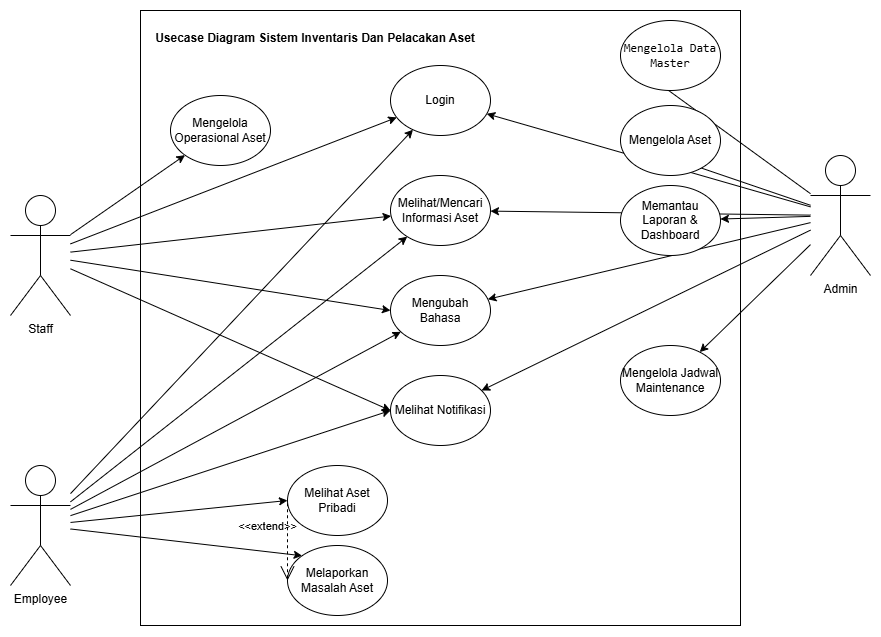
Rizz404/SKRIPSI_V2 keeps this draw.io diagram as Diagram/usecase-skripsi-fixed.drawio.png. Above is the earlier version. Source tidied: cells renumbered, new cells last; positions are measured from the earlier drawing's top-left corner, leaving out a move shared by most shapes. Source of this version:
```xml
<mxGraphModel>
  <root>
    <mxCell id="0" />
    <mxCell id="1" parent="0" />
    <mxCell id="2" style="rounded=0;whiteSpace=wrap;html=1;" parent="1" vertex="1">
      <mxGeometry x="130" width="600" height="615" as="geometry" />
    </mxCell>
    <mxCell id="3" style="rounded=0;jettySize=auto;html=1;" parent="1" edge="1" source="11" target="24">
      <mxGeometry relative="1" as="geometry" />
    </mxCell>
    <mxCell id="4" style="edgeStyle=none;shape=connector;rounded=0;jettySize=auto;html=1;strokeColor=default;align=center;verticalAlign=middle;fontFamily=Helvetica;fontSize=11;fontColor=default;labelBackgroundColor=default;endArrow=classic;" parent="1" edge="1" source="11" target="27">
      <mxGeometry relative="1" as="geometry" />
    </mxCell>
    <mxCell id="5" style="edgeStyle=none;shape=connector;rounded=0;jettySize=auto;html=1;strokeColor=default;align=center;verticalAlign=middle;fontFamily=Helvetica;fontSize=11;fontColor=default;labelBackgroundColor=default;endArrow=classic;" parent="1" edge="1" source="11" target="25">
      <mxGeometry relative="1" as="geometry" />
    </mxCell>
    <mxCell id="6" style="edgeStyle=none;shape=connector;rounded=0;jettySize=auto;html=1;strokeColor=default;align=center;verticalAlign=middle;fontFamily=Helvetica;fontSize=11;fontColor=default;labelBackgroundColor=default;endArrow=classic;" parent="1" edge="1" source="11" target="26">
      <mxGeometry relative="1" as="geometry" />
    </mxCell>
    <mxCell id="7" style="edgeStyle=none;shape=connector;rounded=0;jettySize=auto;html=1;strokeColor=default;align=center;verticalAlign=middle;fontFamily=Helvetica;fontSize=11;fontColor=default;labelBackgroundColor=default;endArrow=classic;entryX=0;entryY=0.5;entryDx=0;entryDy=0;" parent="1" edge="1" source="11" target="29">
      <mxGeometry relative="1" as="geometry" />
    </mxCell>
    <mxCell id="8" style="edgeStyle=none;shape=connector;rounded=0;jettySize=auto;html=1;entryX=0;entryY=0.5;entryDx=0;entryDy=0;strokeColor=default;align=center;verticalAlign=middle;fontFamily=Helvetica;fontSize=11;fontColor=default;labelBackgroundColor=default;endArrow=classic;" parent="1" edge="1" source="11" target="30">
      <mxGeometry relative="1" as="geometry" />
    </mxCell>
    <mxCell id="9" style="edgeStyle=none;shape=connector;rounded=0;jettySize=auto;html=1;strokeColor=default;align=center;verticalAlign=middle;fontFamily=Helvetica;fontSize=11;fontColor=default;labelBackgroundColor=default;endArrow=classic;" parent="1" edge="1" source="11" target="28">
      <mxGeometry relative="1" as="geometry" />
    </mxCell>
    <mxCell id="10" style="edgeStyle=none;shape=connector;rounded=0;jettySize=auto;html=1;strokeColor=default;align=center;verticalAlign=middle;fontFamily=Helvetica;fontSize=11;fontColor=default;labelBackgroundColor=default;endArrow=classic;" parent="1" edge="1" source="11" target="31">
      <mxGeometry relative="1" as="geometry" />
    </mxCell>
    <mxCell id="11" value="Admin" style="shape=umlActor;verticalLabelPosition=bottom;verticalAlign=top;html=1;" parent="1" vertex="1">
      <mxGeometry x="800" y="145" width="60" height="120" as="geometry" />
    </mxCell>
    <mxCell id="12" style="edgeStyle=none;shape=connector;rounded=0;jettySize=auto;html=1;strokeColor=default;align=center;verticalAlign=middle;fontFamily=Helvetica;fontSize=11;fontColor=default;labelBackgroundColor=default;endArrow=classic;" parent="1" edge="1" source="16" target="24">
      <mxGeometry relative="1" as="geometry" />
    </mxCell>
    <mxCell id="13" style="edgeStyle=none;shape=connector;rounded=0;jettySize=auto;html=1;entryX=0;entryY=0.5;entryDx=0;entryDy=0;strokeColor=default;align=center;verticalAlign=middle;fontFamily=Helvetica;fontSize=11;fontColor=default;labelBackgroundColor=default;endArrow=classic;" parent="1" edge="1" source="16" target="25">
      <mxGeometry relative="1" as="geometry" />
    </mxCell>
    <mxCell id="14" style="edgeStyle=none;shape=connector;rounded=0;jettySize=auto;html=1;entryX=0;entryY=0.5;entryDx=0;entryDy=0;strokeColor=default;align=center;verticalAlign=middle;fontFamily=Helvetica;fontSize=11;fontColor=default;labelBackgroundColor=default;endArrow=classic;" parent="1" edge="1" source="16" target="26">
      <mxGeometry relative="1" as="geometry" />
    </mxCell>
    <mxCell id="15" style="edgeStyle=none;shape=connector;rounded=0;jettySize=auto;html=1;strokeColor=default;align=center;verticalAlign=middle;fontFamily=Helvetica;fontSize=11;fontColor=default;labelBackgroundColor=default;endArrow=classic;" parent="1" edge="1" source="16" target="27">
      <mxGeometry relative="1" as="geometry" />
    </mxCell>
    <mxCell id="16" value="Staff" style="shape=umlActor;verticalLabelPosition=bottom;verticalAlign=top;html=1;" parent="1" vertex="1">
      <mxGeometry y="185" width="60" height="120" as="geometry" />
    </mxCell>
    <mxCell id="17" style="edgeStyle=none;shape=connector;rounded=0;jettySize=auto;html=1;entryX=0;entryY=0;entryDx=0;entryDy=0;strokeColor=default;align=center;verticalAlign=middle;fontFamily=Helvetica;fontSize=11;fontColor=default;labelBackgroundColor=default;endArrow=classic;" parent="1" edge="1" source="23" target="33">
      <mxGeometry relative="1" as="geometry" />
    </mxCell>
    <mxCell id="18" style="edgeStyle=none;shape=connector;rounded=0;jettySize=auto;html=1;entryX=0;entryY=0.5;entryDx=0;entryDy=0;strokeColor=default;align=center;verticalAlign=middle;fontFamily=Helvetica;fontSize=11;fontColor=default;labelBackgroundColor=default;endArrow=classic;" parent="1" edge="1" source="23" target="32">
      <mxGeometry relative="1" as="geometry" />
    </mxCell>
    <mxCell id="19" style="edgeStyle=none;shape=connector;rounded=0;jettySize=auto;html=1;strokeColor=default;align=center;verticalAlign=middle;fontFamily=Helvetica;fontSize=11;fontColor=default;labelBackgroundColor=default;endArrow=classic;" parent="1" edge="1" source="23" target="24">
      <mxGeometry relative="1" as="geometry" />
    </mxCell>
    <mxCell id="20" style="edgeStyle=none;shape=connector;rounded=0;jettySize=auto;html=1;strokeColor=default;align=center;verticalAlign=middle;fontFamily=Helvetica;fontSize=11;fontColor=default;labelBackgroundColor=default;endArrow=classic;" parent="1" edge="1" source="23" target="25">
      <mxGeometry relative="1" as="geometry" />
    </mxCell>
    <mxCell id="21" style="edgeStyle=none;shape=connector;rounded=0;jettySize=auto;html=1;entryX=0;entryY=0.5;entryDx=0;entryDy=0;strokeColor=default;align=center;verticalAlign=middle;fontFamily=Helvetica;fontSize=11;fontColor=default;labelBackgroundColor=default;endArrow=classic;" parent="1" edge="1" source="23" target="26">
      <mxGeometry relative="1" as="geometry" />
    </mxCell>
    <mxCell id="22" style="edgeStyle=none;shape=connector;rounded=0;jettySize=auto;html=1;strokeColor=default;align=center;verticalAlign=middle;fontFamily=Helvetica;fontSize=11;fontColor=default;labelBackgroundColor=default;endArrow=classic;" parent="1" edge="1" source="23" target="27">
      <mxGeometry relative="1" as="geometry" />
    </mxCell>
    <mxCell id="23" value="Employee" style="shape=umlActor;verticalLabelPosition=bottom;verticalAlign=top;html=1;" parent="1" vertex="1">
      <mxGeometry y="455" width="60" height="120" as="geometry" />
    </mxCell>
    <mxCell id="24" value="Login" style="ellipse;whiteSpace=wrap;html=1;" parent="1" vertex="1">
      <mxGeometry x="380" y="55" width="100" height="70" as="geometry" />
    </mxCell>
    <mxCell id="25" value="Mengubah Bahasa" style="ellipse;whiteSpace=wrap;html=1;" parent="1" vertex="1">
      <mxGeometry x="380" y="265" width="100" height="70" as="geometry" />
    </mxCell>
    <mxCell id="26" value="Melihat Notifikasi" style="ellipse;whiteSpace=wrap;html=1;" parent="1" vertex="1">
      <mxGeometry x="380" y="365" width="100" height="70" as="geometry" />
    </mxCell>
    <mxCell id="27" value="Melihat/Mencari Informasi Aset" style="ellipse;whiteSpace=wrap;html=1;" parent="1" vertex="1">
      <mxGeometry x="380" y="165" width="100" height="70" as="geometry" />
    </mxCell>
    <mxCell id="28" value="Memantau Laporan &amp;amp; Dashboard" style="ellipse;whiteSpace=wrap;html=1;" parent="1" vertex="1">
      <mxGeometry x="610" y="175" width="100" height="70" as="geometry" />
    </mxCell>
    <mxCell id="29" value="&lt;font face=&quot;monospace&quot;&gt;Mengelola Data Master&lt;/font&gt;" style="ellipse;whiteSpace=wrap;html=1;" parent="1" vertex="1">
      <mxGeometry x="610" y="10" width="100" height="70" as="geometry" />
    </mxCell>
    <mxCell id="30" value="Mengelola Aset" style="ellipse;whiteSpace=wrap;html=1;" parent="1" vertex="1">
      <mxGeometry x="610" y="95" width="100" height="70" as="geometry" />
    </mxCell>
    <mxCell id="31" value="Mengelola Jadwal Maintenance" style="ellipse;whiteSpace=wrap;html=1;" parent="1" vertex="1">
      <mxGeometry x="610" y="335" width="100" height="70" as="geometry" />
    </mxCell>
    <mxCell id="32" value="Melihat Aset Pribadi" style="ellipse;whiteSpace=wrap;html=1;" parent="1" vertex="1">
      <mxGeometry x="277" y="455" width="100" height="70" as="geometry" />
    </mxCell>
    <mxCell id="33" value="Melaporkan Masalah Aset" style="ellipse;whiteSpace=wrap;html=1;" parent="1" vertex="1">
      <mxGeometry x="277" y="535" width="100" height="70" as="geometry" />
    </mxCell>
    <mxCell id="34" style="edgeStyle=none;shape=connector;rounded=0;jettySize=auto;html=1;strokeColor=default;align=center;verticalAlign=middle;fontFamily=Helvetica;fontSize=11;fontColor=default;labelBackgroundColor=default;endArrow=classic;" parent="1" edge="1" source="16" target="35">
      <mxGeometry relative="1" as="geometry" />
    </mxCell>
    <mxCell id="35" value="Mengelola Operasional Aset" style="ellipse;whiteSpace=wrap;html=1;" parent="1" vertex="1">
      <mxGeometry x="160" y="85" width="100" height="70" as="geometry" />
    </mxCell>
    <mxCell id="36" value="&amp;lt;&amp;lt;extend&amp;gt;&amp;gt;" style="edgeStyle=none;html=1;startArrow=open;endArrow=none;startSize=12;verticalAlign=bottom;dashed=1;labelBackgroundColor=none;rounded=0;strokeColor=default;align=center;fontFamily=Helvetica;fontSize=11;fontColor=default;exitX=0;exitY=0.5;exitDx=0;exitDy=0;entryX=0;entryY=0.5;entryDx=0;entryDy=0;" parent="1" edge="1" source="33" target="32">
      <mxGeometry x="0.12" y="20" relative="1" as="geometry" />
    </mxCell>
    <mxCell id="37" value="&lt;p class=&quot;MsoNormal&quot;&gt;&lt;span lang=&quot;EN-US&quot;&gt;Usecase Diagram Sistem Inventaris Dan Pelacakan Aset&lt;/span&gt;&lt;/p&gt;" style="text;html=1;whiteSpace=wrap;strokeColor=none;fillColor=none;align=center;verticalAlign=middle;rounded=0;fontFamily=Helvetica;fontSize=12;fontColor=default;labelBackgroundColor=default;fontStyle=1;" parent="1" vertex="1">
      <mxGeometry x="140" y="10" width="330" height="35" as="geometry" />
    </mxCell>
  </root>
</mxGraphModel>
```
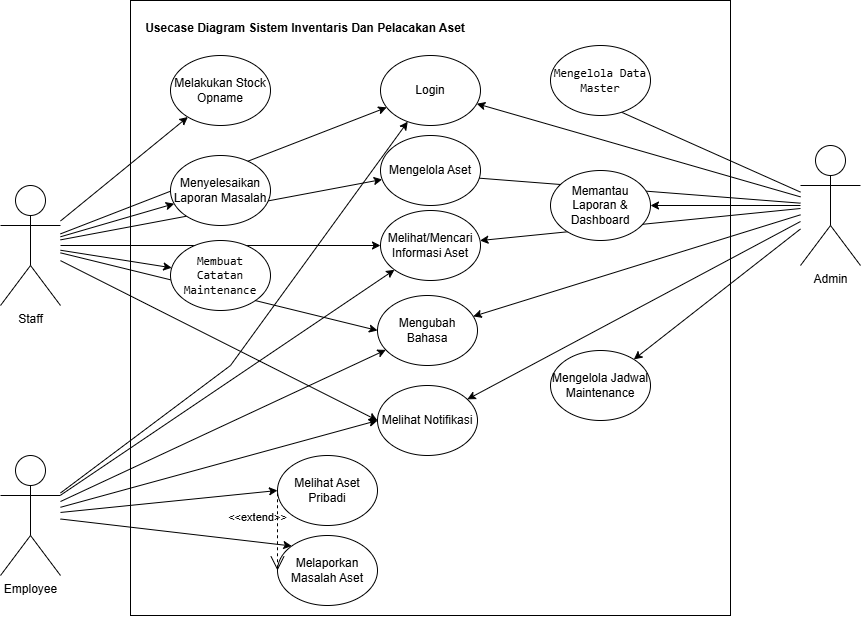
Above is the later version.

Commit message:
fix(diagram): benerin scenario table walaupun belum semuanya

Diff of the diagram source:
```diff
@@ -44,6 +44,15 @@
     <mxCell id="15" style="edgeStyle=none;shape=connector;rounded=0;jettySize=auto;html=1;strokeColor=default;align=center;verticalAlign=middle;fontFamily=Helvetica;fontSize=11;fontColor=default;labelBackgroundColor=default;endArrow=classic;" parent="1" edge="1" source="16" target="27">
       <mxGeometry relative="1" as="geometry" />
     </mxCell>
+    <mxCell id="38" style="rounded=0;jettySize=auto;html=1;" parent="1" edge="1" source="16" target="30">
+      <mxGeometry relative="1" as="geometry" />
+    </mxCell>
+    <mxCell id="39" style="rounded=0;jettySize=auto;html=1;" parent="1" edge="1" source="16" target="41">
+      <mxGeometry relative="1" as="geometry" />
+    </mxCell>
+    <mxCell id="40" style="rounded=0;jettySize=auto;html=1;" parent="1" edge="1" source="16" target="42">
+      <mxGeometry relative="1" as="geometry" />
+    </mxCell>
     <mxCell id="16" value="Staff" style="shape=umlActor;verticalLabelPosition=bottom;verticalAlign=top;html=1;" parent="1" vertex="1">
       <mxGeometry y="185" width="60" height="120" as="geometry" />
     </mxCell>
@@ -53,8 +62,12 @@
     <mxCell id="18" style="edgeStyle=none;shape=connector;rounded=0;jettySize=auto;html=1;entryX=0;entryY=0.5;entryDx=0;entryDy=0;strokeColor=default;align=center;verticalAlign=middle;fontFamily=Helvetica;fontSize=11;fontColor=default;labelBackgroundColor=default;endArrow=classic;" parent="1" edge="1" source="23" target="32">
       <mxGeometry relative="1" as="geometry" />
     </mxCell>
-    <mxCell id="19" style="edgeStyle=none;shape=connector;rounded=0;jettySize=auto;html=1;strokeColor=default;align=center;verticalAlign=middle;fontFamily=Helvetica;fontSize=11;fontColor=default;labelBackgroundColor=default;endArrow=classic;" parent="1" edge="1" source="23" target="24">
-      <mxGeometry relative="1" as="geometry" />
+    <mxCell id="19" style="shape=connector;rounded=0;jettySize=auto;html=1;strokeColor=default;align=center;verticalAlign=middle;fontFamily=Helvetica;fontSize=11;fontColor=default;labelBackgroundColor=default;endArrow=classic;" parent="1" edge="1" source="23" target="24">
+      <mxGeometry relative="1" as="geometry">
+        <Array as="points">
+          <mxPoint x="230" y="365" />
+        </Array>
+      </mxGeometry>
     </mxCell>
     <mxCell id="20" style="edgeStyle=none;shape=connector;rounded=0;jettySize=auto;html=1;strokeColor=default;align=center;verticalAlign=middle;fontFamily=Helvetica;fontSize=11;fontColor=default;labelBackgroundColor=default;endArrow=classic;" parent="1" edge="1" source="23" target="25">
       <mxGeometry relative="1" as="geometry" />
@@ -72,25 +85,25 @@
       <mxGeometry x="380" y="55" width="100" height="70" as="geometry" />
     </mxCell>
     <mxCell id="25" value="Mengubah Bahasa" style="ellipse;whiteSpace=wrap;html=1;" parent="1" vertex="1">
-      <mxGeometry x="380" y="265" width="100" height="70" as="geometry" />
+      <mxGeometry x="377" y="295" width="100" height="70" as="geometry" />
     </mxCell>
     <mxCell id="26" value="Melihat Notifikasi" style="ellipse;whiteSpace=wrap;html=1;" parent="1" vertex="1">
-      <mxGeometry x="380" y="365" width="100" height="70" as="geometry" />
+      <mxGeometry x="377" y="385" width="100" height="70" as="geometry" />
     </mxCell>
     <mxCell id="27" value="Melihat/Mencari Informasi Aset" style="ellipse;whiteSpace=wrap;html=1;" parent="1" vertex="1">
-      <mxGeometry x="380" y="165" width="100" height="70" as="geometry" />
+      <mxGeometry x="380" y="210" width="100" height="70" as="geometry" />
     </mxCell>
     <mxCell id="28" value="Memantau Laporan &amp;amp; Dashboard" style="ellipse;whiteSpace=wrap;html=1;" parent="1" vertex="1">
-      <mxGeometry x="610" y="175" width="100" height="70" as="geometry" />
+      <mxGeometry x="550" y="170" width="100" height="70" as="geometry" />
     </mxCell>
     <mxCell id="29" value="&lt;font face=&quot;monospace&quot;&gt;Mengelola Data Master&lt;/font&gt;" style="ellipse;whiteSpace=wrap;html=1;" parent="1" vertex="1">
-      <mxGeometry x="610" y="10" width="100" height="70" as="geometry" />
+      <mxGeometry x="550" y="45" width="100" height="70" as="geometry" />
     </mxCell>
     <mxCell id="30" value="Mengelola Aset" style="ellipse;whiteSpace=wrap;html=1;" parent="1" vertex="1">
-      <mxGeometry x="610" y="95" width="100" height="70" as="geometry" />
+      <mxGeometry x="380" y="135" width="100" height="70" as="geometry" />
     </mxCell>
     <mxCell id="31" value="Mengelola Jadwal Maintenance" style="ellipse;whiteSpace=wrap;html=1;" parent="1" vertex="1">
-      <mxGeometry x="610" y="335" width="100" height="70" as="geometry" />
+      <mxGeometry x="550" y="350" width="100" height="70" as="geometry" />
     </mxCell>
     <mxCell id="32" value="Melihat Aset Pribadi" style="ellipse;whiteSpace=wrap;html=1;" parent="1" vertex="1">
       <mxGeometry x="277" y="455" width="100" height="70" as="geometry" />
@@ -101,8 +114,8 @@
     <mxCell id="34" style="edgeStyle=none;shape=connector;rounded=0;jettySize=auto;html=1;strokeColor=default;align=center;verticalAlign=middle;fontFamily=Helvetica;fontSize=11;fontColor=default;labelBackgroundColor=default;endArrow=classic;" parent="1" edge="1" source="16" target="35">
       <mxGeometry relative="1" as="geometry" />
     </mxCell>
-    <mxCell id="35" value="Mengelola Operasional Aset" style="ellipse;whiteSpace=wrap;html=1;" parent="1" vertex="1">
-      <mxGeometry x="160" y="85" width="100" height="70" as="geometry" />
+    <mxCell id="35" value="Melakukan Stock Opname" style="ellipse;whiteSpace=wrap;html=1;" parent="1" vertex="1">
+      <mxGeometry x="170" y="55" width="100" height="70" as="geometry" />
     </mxCell>
     <mxCell id="36" value="&amp;lt;&amp;lt;extend&amp;gt;&amp;gt;" style="edgeStyle=none;html=1;startArrow=open;endArrow=none;startSize=12;verticalAlign=bottom;dashed=1;labelBackgroundColor=none;rounded=0;strokeColor=default;align=center;fontFamily=Helvetica;fontSize=11;fontColor=default;exitX=0;exitY=0.5;exitDx=0;exitDy=0;entryX=0;entryY=0.5;entryDx=0;entryDy=0;" parent="1" edge="1" source="33" target="32">
       <mxGeometry x="0.12" y="20" relative="1" as="geometry" />
@@ -110,5 +123,11 @@
     <mxCell id="37" value="&lt;p class=&quot;MsoNormal&quot;&gt;&lt;span lang=&quot;EN-US&quot;&gt;Usecase Diagram Sistem Inventaris Dan Pelacakan Aset&lt;/span&gt;&lt;/p&gt;" style="text;html=1;whiteSpace=wrap;strokeColor=none;fillColor=none;align=center;verticalAlign=middle;rounded=0;fontFamily=Helvetica;fontSize=12;fontColor=default;labelBackgroundColor=default;fontStyle=1;" parent="1" vertex="1">
       <mxGeometry x="140" y="10" width="330" height="35" as="geometry" />
     </mxCell>
+    <mxCell id="41" value="Menyelesaikan Laporan Masalah" style="ellipse;whiteSpace=wrap;html=1;" parent="1" vertex="1">
+      <mxGeometry x="170" y="155" width="100" height="70" as="geometry" />
+    </mxCell>
+    <mxCell id="42" value="&lt;span style=&quot;font-family: monospace;&quot;&gt;Membuat Catatan Maintenance&lt;/span&gt;" style="ellipse;whiteSpace=wrap;html=1;" parent="1" vertex="1">
+      <mxGeometry x="170" y="240" width="100" height="70" as="geometry" />
+    </mxCell>
   </root>
 </mxGraphModel>
```
